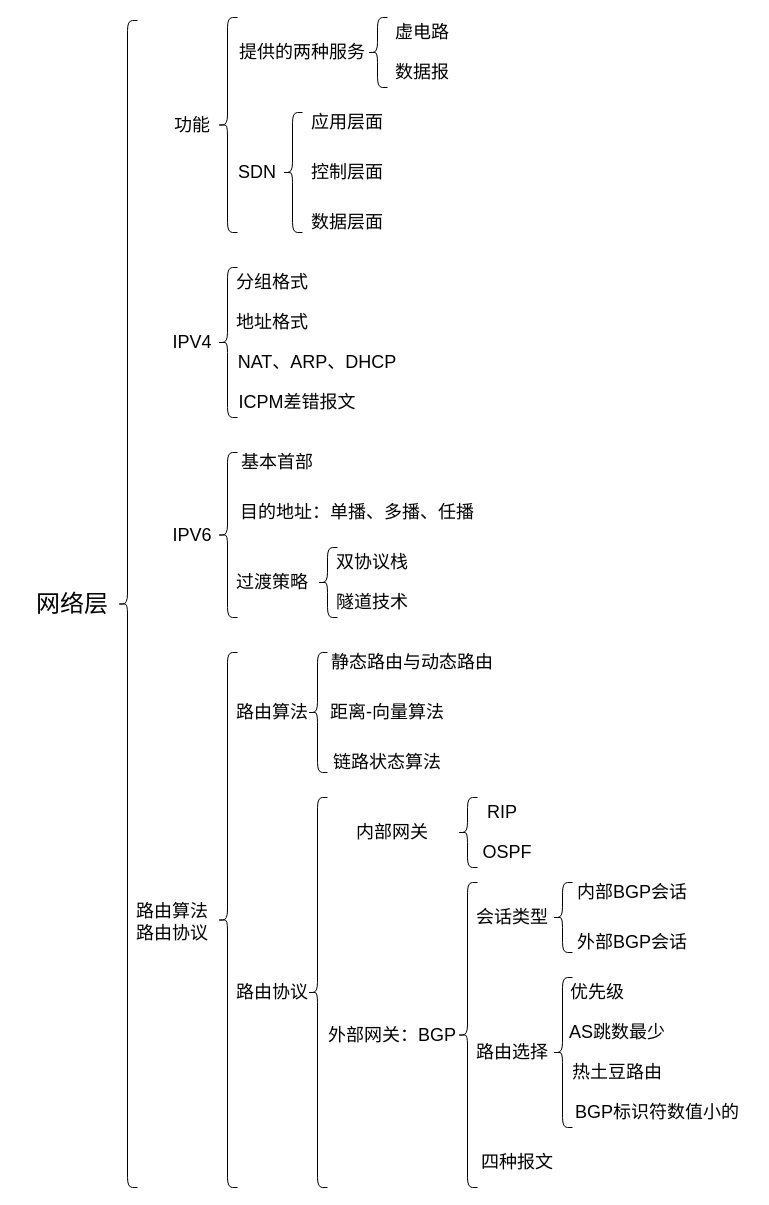
Before: page "第四章" (4 of 7) of 计算机网络.drawio in 2968392441/draw, a draw.io diagram. Source tidied: cells renumbered, new cells numbered last; positions are measured from the earlier drawing's top-left corner, leaving out a move shared by most shapes. Both pictures are drawn from the tidied source at 100%, with x=0, y=0 at pixel (17, 17).
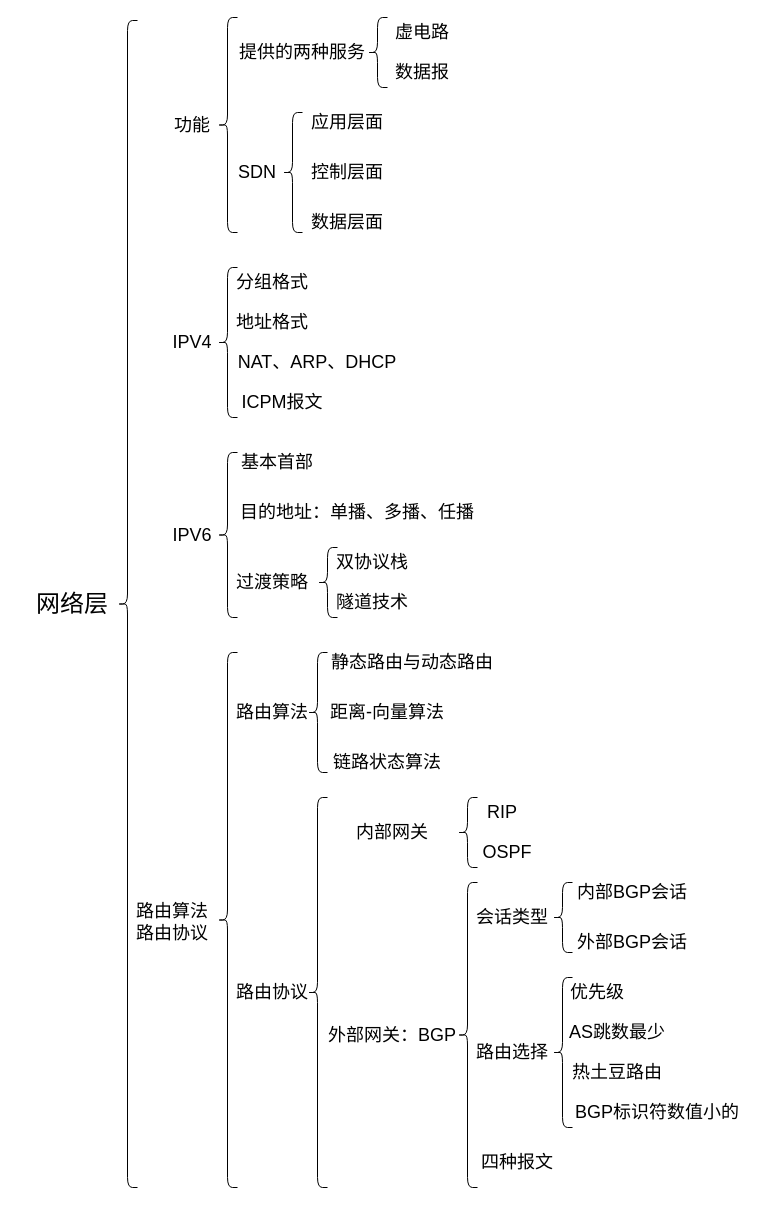
After the change.

Commit message:
更新计算机网络.drawio

Diff of the diagram source:
```diff
@@
-    <mxCell id="28" value="&lt;font style=&quot;font-size: 18px;&quot;&gt;ICPM差错报文&lt;/font&gt;" style="text;html=1;whiteSpace=wrap;strokeColor=none;fillColor=none;align=center;verticalAlign=middle;rounded=0;" parent="1" vertex="1">
-      <mxGeometry x="190" y="370" width="180" height="30" as="geometry" />
+    <mxCell id="28" value="&lt;font style=&quot;font-size: 18px;&quot;&gt;ICPM报文&lt;/font&gt;" style="text;html=1;whiteSpace=wrap;strokeColor=none;fillColor=none;align=center;verticalAlign=middle;rounded=0;" parent="1" vertex="1">
+      <mxGeometry x="170" y="370" width="190" height="30" as="geometry" />
     </mxCell>
```
